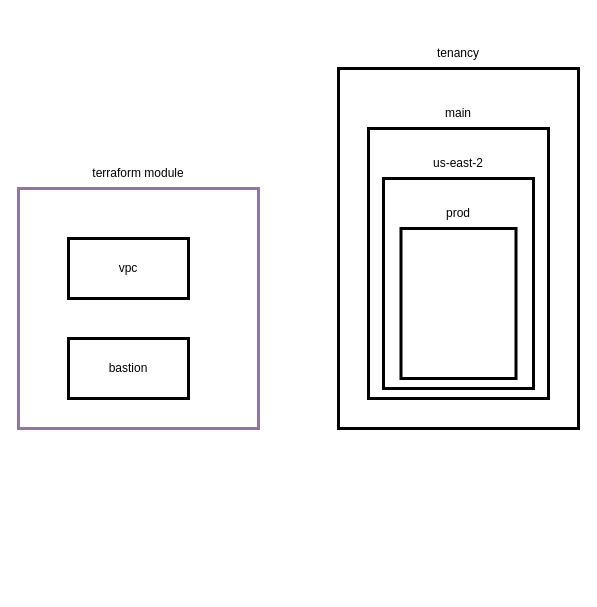
This is terragrunt.drawio from quanhk711/dev-test-, a draw.io file, before an edit. Source tidied: cells renumbered, new cells numbered last; positions are measured from the earlier drawing's top-left corner, leaving out a move shared by most shapes. Both pictures are drawn from the tidied source at 100%, with x=0, y=0 at pixel (18, 38).
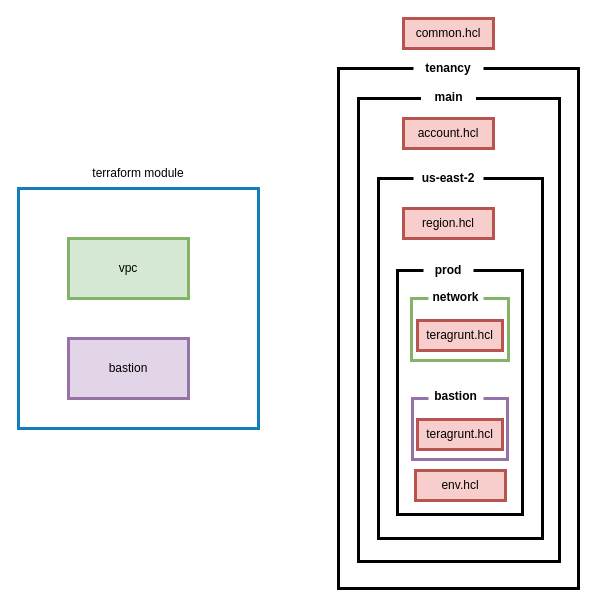
The same diagram, later.

The edit, as a diff of the source:
```diff
@@
-    <mxCell id="2" style="rounded=0;whiteSpace=wrap;html=1;fillColor=none;strokeWidth=3;strokeColor=#9673a6;" parent="1" vertex="1">
+    <mxCell id="2" style="rounded=0;whiteSpace=wrap;html=1;fillColor=none;strokeWidth=3;strokeColor=#147EBA;" parent="1" vertex="1">
       <mxGeometry y="150" width="240" height="240" as="geometry" />
     </mxCell>
@@
-    <mxCell id="4" value="vpc" style="rounded=0;whiteSpace=wrap;html=1;strokeWidth=3;fillColor=none;" parent="1" vertex="1">
+    <mxCell id="4" value="vpc" style="rounded=0;whiteSpace=wrap;html=1;strokeWidth=3;fillColor=#d5e8d4;strokeColor=#82b366;" parent="1" vertex="1">
       <mxGeometry x="50" y="200" width="120" height="60" as="geometry" />
     </mxCell>
-    <mxCell id="5" value="bastion" style="rounded=0;whiteSpace=wrap;html=1;strokeWidth=3;fillColor=none;" parent="1" vertex="1">
+    <mxCell id="5" value="bastion" style="rounded=0;whiteSpace=wrap;html=1;strokeWidth=3;fillColor=#e1d5e7;strokeColor=#9673a6;" parent="1" vertex="1">
       <mxGeometry x="50" y="300" width="120" height="60" as="geometry" />
     </mxCell>
     <mxCell id="6" style="rounded=0;whiteSpace=wrap;html=1;strokeWidth=3;fillColor=none;" parent="1" vertex="1">
-      <mxGeometry x="320" y="30" width="240" height="360" as="geometry" />
+      <mxGeometry x="320" y="30" width="240" height="520" as="geometry" />
     </mxCell>
-    <mxCell id="7" value="tenancy" style="text;html=1;strokeColor=none;fillColor=none;align=center;verticalAlign=middle;whiteSpace=wrap;rounded=0;" parent="1" vertex="1">
-      <mxGeometry x="370" width="140" height="30" as="geometry" />
+    <mxCell id="7" value="&lt;b&gt;tenancy&lt;/b&gt;" style="text;html=1;strokeColor=none;fillColor=#FFFFFF;align=center;verticalAlign=middle;whiteSpace=wrap;rounded=0;gradientColor=none;" parent="1" vertex="1">
+      <mxGeometry x="395" y="20" width="70" height="20" as="geometry" />
     </mxCell>
     <mxCell id="8" style="rounded=0;whiteSpace=wrap;html=1;strokeWidth=3;fillColor=none;" parent="1" vertex="1">
-      <mxGeometry x="350" y="90" width="180" height="270" as="geometry" />
+      <mxGeometry x="340" y="60" width="201" height="463" as="geometry" />
     </mxCell>
-    <mxCell id="9" value="main" style="text;html=1;strokeColor=none;fillColor=none;align=center;verticalAlign=middle;whiteSpace=wrap;rounded=0;" parent="1" vertex="1">
-      <mxGeometry x="370" y="60" width="140" height="30" as="geometry" />
+    <mxCell id="9" value="&lt;b&gt;main&lt;/b&gt;" style="text;html=1;strokeColor=none;fillColor=default;align=center;verticalAlign=middle;whiteSpace=wrap;rounded=0;" parent="1" vertex="1">
+      <mxGeometry x="402.5" y="44" width="55" height="30" as="geometry" />
     </mxCell>
     <mxCell id="10" style="rounded=0;whiteSpace=wrap;html=1;strokeWidth=3;fillColor=none;" parent="1" vertex="1">
-      <mxGeometry x="365" y="140" width="150" height="210" as="geometry" />
+      <mxGeometry x="360" y="140" width="164" height="360" as="geometry" />
     </mxCell>
-    <mxCell id="11" value="us-east-2" style="text;html=1;strokeColor=none;fillColor=none;align=center;verticalAlign=middle;whiteSpace=wrap;rounded=0;" parent="1" vertex="1">
-      <mxGeometry x="370" y="110" width="140" height="30" as="geometry" />
+    <mxCell id="11" value="&lt;b&gt;us-east-2&lt;/b&gt;" style="text;html=1;strokeColor=none;fillColor=default;align=center;verticalAlign=middle;whiteSpace=wrap;rounded=0;" parent="1" vertex="1">
+      <mxGeometry x="395" y="125" width="70" height="30" as="geometry" />
     </mxCell>
     <mxCell id="12" style="rounded=0;whiteSpace=wrap;html=1;strokeWidth=3;fillColor=none;" parent="1" vertex="1">
-      <mxGeometry x="382.5" y="190" width="115" height="150" as="geometry" />
+      <mxGeometry x="379" y="232" width="125" height="244" as="geometry" />
     </mxCell>
-    <mxCell id="13" value="prod" style="text;html=1;strokeColor=none;fillColor=none;align=center;verticalAlign=middle;whiteSpace=wrap;rounded=0;" parent="1" vertex="1">
-      <mxGeometry x="370" y="160" width="140" height="30" as="geometry" />
+    <mxCell id="13" value="&lt;b&gt;prod&lt;/b&gt;" style="text;html=1;strokeColor=none;fillColor=default;align=center;verticalAlign=middle;whiteSpace=wrap;rounded=0;" parent="1" vertex="1">
+      <mxGeometry x="405" y="222" width="50" height="20" as="geometry" />
     </mxCell>
+    <mxCell id="14" style="rounded=0;whiteSpace=wrap;html=1;strokeWidth=3;fillColor=none;strokeColor=#82b366;" parent="1" vertex="1">
+      <mxGeometry x="393" y="260" width="97" height="62" as="geometry" />
+    </mxCell>
+    <mxCell id="15" style="rounded=0;whiteSpace=wrap;html=1;strokeWidth=3;fillColor=none;strokeColor=#9673a6;" parent="1" vertex="1">
+      <mxGeometry x="394" y="360" width="95" height="61" as="geometry" />
+    </mxCell>
+    <mxCell id="16" value="env.hcl" style="rounded=0;whiteSpace=wrap;html=1;strokeWidth=3;fillColor=#f8cecc;strokeColor=#b85450;" parent="1" vertex="1">
+      <mxGeometry x="397" y="432" width="90" height="30" as="geometry" />
+    </mxCell>
+    <mxCell id="17" value="region.hcl" style="rounded=0;whiteSpace=wrap;html=1;strokeWidth=3;fillColor=#f8cecc;strokeColor=#b85450;" parent="1" vertex="1">
+      <mxGeometry x="385" y="170" width="90" height="30" as="geometry" />
+    </mxCell>
+    <mxCell id="18" value="account.hcl" style="rounded=0;whiteSpace=wrap;html=1;strokeWidth=3;fillColor=#f8cecc;strokeColor=#b85450;" parent="1" vertex="1">
+      <mxGeometry x="385" y="80" width="90" height="30" as="geometry" />
+    </mxCell>
+    <mxCell id="19" value="common.hcl" style="rounded=0;whiteSpace=wrap;html=1;strokeWidth=3;fillColor=#f8cecc;strokeColor=#b85450;" parent="1" vertex="1">
+      <mxGeometry x="385" y="-20" width="90" height="30" as="geometry" />
+    </mxCell>
+    <mxCell id="20" value="&lt;b&gt;bastion&lt;/b&gt;" style="text;html=1;strokeColor=none;fillColor=#FFFFFF;align=center;verticalAlign=middle;whiteSpace=wrap;rounded=0;gradientColor=none;" parent="1" vertex="1">
+      <mxGeometry x="410" y="349" width="55" height="18" as="geometry" />
+    </mxCell>
+    <mxCell id="21" value="&lt;b&gt;network&lt;/b&gt;" style="text;html=1;strokeColor=none;fillColor=#FFFFFF;align=center;verticalAlign=middle;whiteSpace=wrap;rounded=0;gradientColor=none;" parent="1" vertex="1">
+      <mxGeometry x="410" y="250" width="55" height="18" as="geometry" />
+    </mxCell>
+    <mxCell id="22" value="teragrunt.hcl" style="rounded=0;whiteSpace=wrap;html=1;strokeWidth=3;fillColor=#f8cecc;strokeColor=#b85450;" parent="1" vertex="1">
+      <mxGeometry x="399" y="282" width="85" height="30" as="geometry" />
+    </mxCell>
+    <mxCell id="23" value="teragrunt.hcl" style="rounded=0;whiteSpace=wrap;html=1;strokeWidth=3;fillColor=#f8cecc;strokeColor=#b85450;" parent="1" vertex="1">
+      <mxGeometry x="399" y="381" width="85" height="30" as="geometry" />
+    </mxCell>
```
